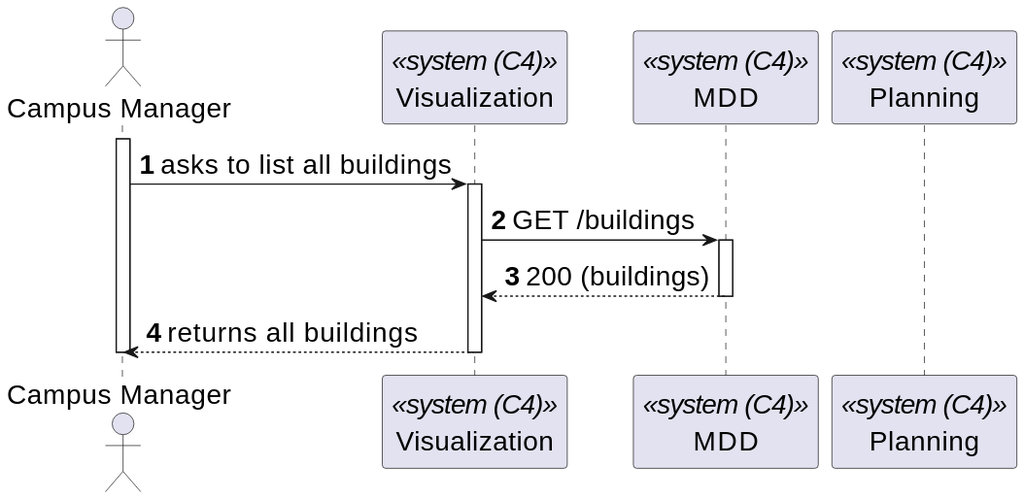
Above: _wiki/sprint-b/us-1210/views/level-2/assets/process-view.svg in miseEnPlace-dev/lapr5 (PlantUML), before the change. The source it was exported from:
```plantuml
@startuml
skinparamlocked defaultFontSize 20
autonumber

actor CM as "Campus Manager"
participant UI as "Visualization" <<system (C4)>>
participant MDD as "MDD" <<system (C4)>>
participant P as "Planning" <<system (C4)>>


activate CM

CM -> UI : asks to list all buildings
activate UI

UI -> MDD : GET /buildings
activate MDD
MDD --> UI : 200 (buildings)
deactivate MDD

CM <-- UI : returns all buildings
deactivate UI


deactivate CM
@enduml
```
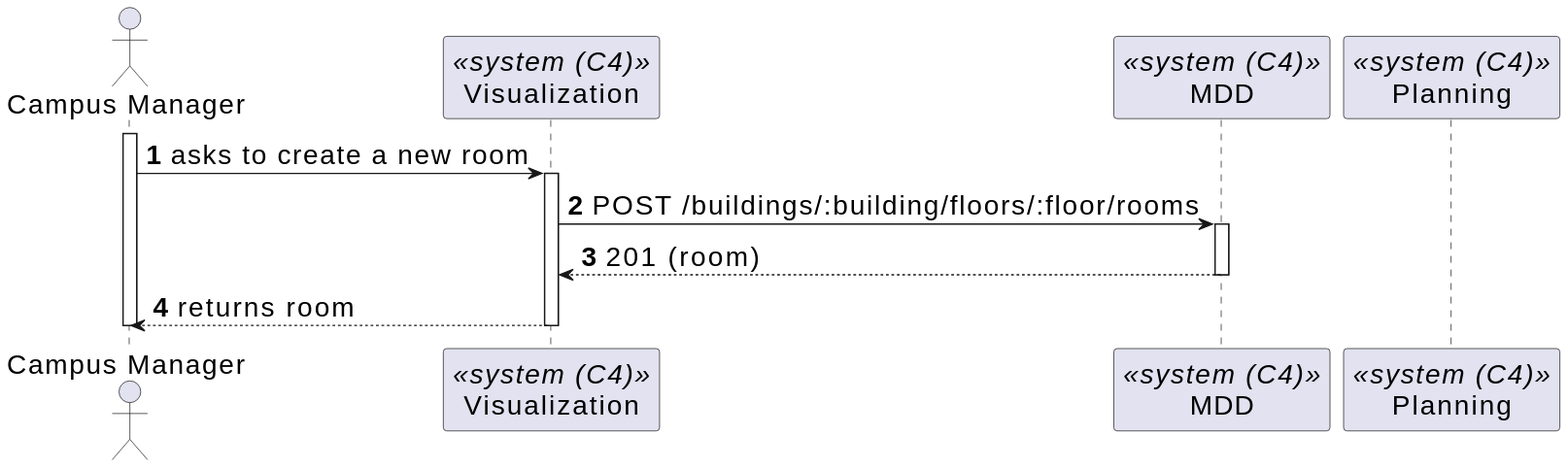
After the commit.

The edit, as a diff of the source:
```diff
@@ -10,17 +10,16 @@
 
 activate CM
 
-CM -> UI : asks to list all buildings
+CM -> UI : asks to create a new room
 activate UI
 
-UI -> MDD : GET /buildings
+UI -> MDD : POST /buildings/:building/floors/:floor/rooms
 activate MDD
-MDD --> UI : 200 (buildings)
+MDD --> UI : 201 (room)
 deactivate MDD
 
-CM <-- UI : returns all buildings
+CM <-- UI : returns room
 deactivate UI
-
 
 deactivate CM
 @enduml
```
